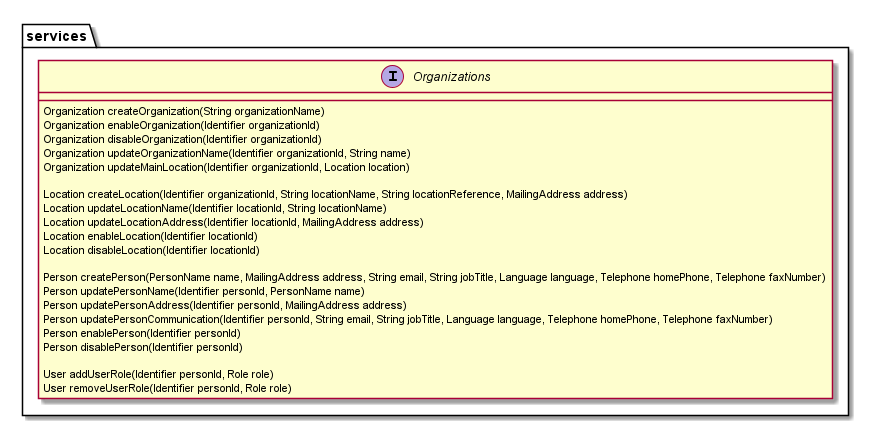
magex9/apis keeps this PlantUML diagram as crm/uml/images/services.png. Above is the earlier version.
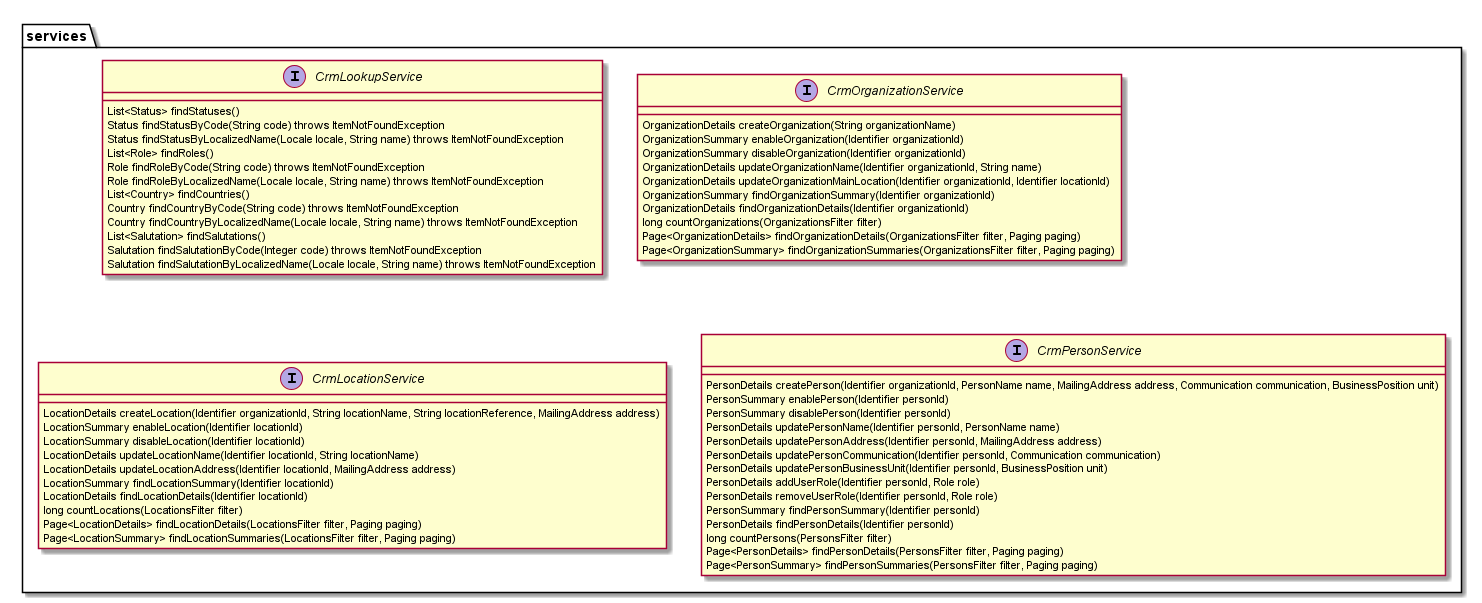
The same file after the commit.

Change to the diagram source:
```diff
@@ -2,28 +2,67 @@
 
 package "services" {
 
-    interface Organizations {
-        Organization createOrganization(String organizationName)
-        Organization enableOrganization(Identifier organizationId)
-        Organization disableOrganization(Identifier organizationId)
-        Organization updateOrganizationName(Identifier organizationId, String name)
-        Organization updateMainLocation(Identifier organizationId, Location location)
+    interface CrmLookupService {
 
-        Location createLocation(Identifier organizationId, String locationName, String locationReference, MailingAddress address)
-        Location updateLocationName(Identifier locationId, String locationName)
-        Location updateLocationAddress(Identifier locationId, MailingAddress address)
-        Location enableLocation(Identifier locationId)
-        Location disableLocation(Identifier locationId)
+        List<Status> findStatuses()
+        Status findStatusByCode(String code) throws ItemNotFoundException
+        Status findStatusByLocalizedName(Locale locale, String name) throws ItemNotFoundException
 
-        Person createPerson(PersonName name, MailingAddress address, String email, String jobTitle, Language language, Telephone homePhone, Telephone faxNumber)
-        Person updatePersonName(Identifier personId, PersonName name)
-        Person updatePersonAddress(Identifier personId, MailingAddress address)
-        Person updatePersonCommunication(Identifier personId, String email, String jobTitle, Language language, Telephone homePhone, Telephone faxNumber)
-        Person enablePerson(Identifier personId)
-        Person disablePerson(Identifier personId)
+        List<Role> findRoles()
+        Role findRoleByCode(String code) throws ItemNotFoundException
+        Role findRoleByLocalizedName(Locale locale, String name) throws ItemNotFoundException
 
-        User addUserRole(Identifier personId, Role role)
-        User removeUserRole(Identifier personId, Role role)
+        List<Country> findCountries()
+        Country findCountryByCode(String code) throws ItemNotFoundException
+        Country findCountryByLocalizedName(Locale locale, String name) throws ItemNotFoundException
+
+        List<Salutation> findSalutations()
+        Salutation findSalutationByCode(Integer code) throws ItemNotFoundException
+        Salutation findSalutationByLocalizedName(Locale locale, String name) throws ItemNotFoundException
+
+    }
+
+    interface CrmOrganizationService {
+        OrganizationDetails createOrganization(String organizationName)
+        OrganizationSummary enableOrganization(Identifier organizationId)
+        OrganizationSummary disableOrganization(Identifier organizationId)
+        OrganizationDetails updateOrganizationName(Identifier organizationId, String name)
+        OrganizationDetails updateOrganizationMainLocation(Identifier organizationId, Identifier locationId)
+        OrganizationSummary findOrganizationSummary(Identifier organizationId)
+        OrganizationDetails findOrganizationDetails(Identifier organizationId)
+        long countOrganizations(OrganizationsFilter filter)
+        Page<OrganizationDetails> findOrganizationDetails(OrganizationsFilter filter, Paging paging)
+        Page<OrganizationSummary> findOrganizationSummaries(OrganizationsFilter filter, Paging paging)
+    }
+
+    interface CrmLocationService {
+        LocationDetails createLocation(Identifier organizationId, String locationName, String locationReference, MailingAddress address)
+        LocationSummary enableLocation(Identifier locationId)
+        LocationSummary disableLocation(Identifier locationId)
+        LocationDetails updateLocationName(Identifier locationId, String locationName)
+        LocationDetails updateLocationAddress(Identifier locationId, MailingAddress address)
+        LocationSummary findLocationSummary(Identifier locationId)
+        LocationDetails findLocationDetails(Identifier locationId)
+        long countLocations(LocationsFilter filter)
+        Page<LocationDetails> findLocationDetails(LocationsFilter filter, Paging paging)
+        Page<LocationSummary> findLocationSummaries(LocationsFilter filter, Paging paging)
+    }
+
+    interface CrmPersonService {
+        PersonDetails createPerson(Identifier organizationId, PersonName name, MailingAddress address, Communication communication, BusinessPosition unit)
+        PersonSummary enablePerson(Identifier personId)
+        PersonSummary disablePerson(Identifier personId)
+        PersonDetails updatePersonName(Identifier personId, PersonName name)
+        PersonDetails updatePersonAddress(Identifier personId, MailingAddress address)
+        PersonDetails updatePersonCommunication(Identifier personId, Communication communication)
+        PersonDetails updatePersonBusinessUnit(Identifier personId, BusinessPosition unit)
+        PersonDetails addUserRole(Identifier personId, Role role)
+        PersonDetails removeUserRole(Identifier personId, Role role)
+        PersonSummary findPersonSummary(Identifier personId)
+        PersonDetails findPersonDetails(Identifier personId)
+        long countPersons(PersonsFilter filter)
+        Page<PersonDetails> findPersonDetails(PersonsFilter filter, Paging paging)
+        Page<PersonSummary> findPersonSummaries(PersonsFilter filter, Paging paging)
     }
 
 }
```
